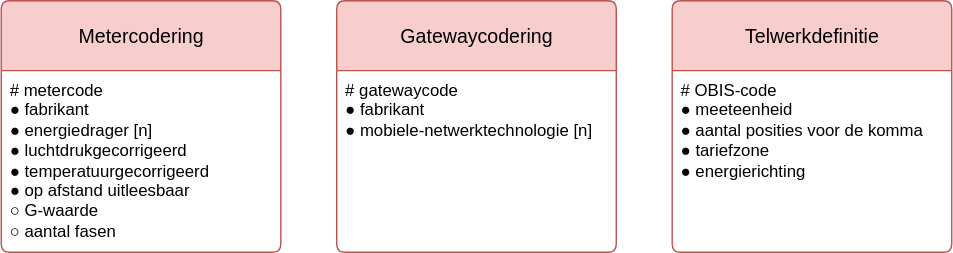
This is modellen/registers/meetcomponentstandaardenregister/1.0.0/model.drawio.svg from sefanja/nbnl-conceptuele-informatiemodellen, a draw.io export, as it was before one commit. Source tidied: cells renumbered, new cells last; positions are measured from the earlier drawing's top-left corner, leaving out a move shared by most shapes.
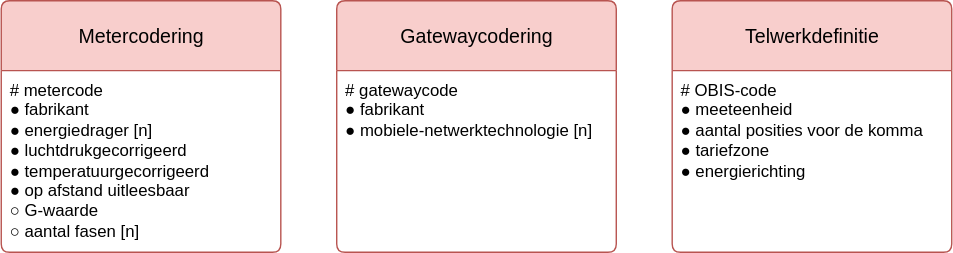
The same file after the commit.

What changed in the source:
```diff
@@ -5,7 +5,7 @@
     <mxCell id="2" value="&lt;div&gt;Metercodering&lt;/div&gt;" style="swimlane;horizontal=1;startSize=50;rounded=1;fontSize=14;fontStyle=0;strokeWidth=1;shadow=0;dashed=0;align=center;fillColor=#f8cecc;strokeColor=#b85450;arcSize=4;whiteSpace=wrap;html=1;" parent="1" vertex="1">
       <mxGeometry width="200" height="180" as="geometry" />
     </mxCell>
-    <mxCell id="3" value="# metercode&lt;div&gt;&lt;div&gt;&lt;span style=&quot;background-color: transparent; color: light-dark(rgb(0, 0, 0), rgb(255, 255, 255));&quot;&gt;● fabrikant&lt;/span&gt;&lt;/div&gt;&lt;div&gt;● energiedrager [n]&lt;/div&gt;&lt;div&gt;&lt;span style=&quot;background-color: transparent; color: light-dark(rgb(0, 0, 0), rgb(255, 255, 255));&quot;&gt;● luchtdrukgecorrigeerd&lt;/span&gt;&lt;/div&gt;&lt;div&gt;&lt;div&gt;● temperatuurgecorrigeerd&lt;/div&gt;&lt;/div&gt;&lt;div&gt;● op afstand uitleesbaar&lt;/div&gt;&lt;/div&gt;&lt;div&gt;&lt;span style=&quot;background-color: transparent; color: light-dark(rgb(0, 0, 0), rgb(255, 255, 255));&quot;&gt;○&amp;nbsp;&lt;/span&gt;G-waarde&lt;/div&gt;&lt;div&gt;&lt;span style=&quot;background-color: transparent; color: light-dark(rgb(0, 0, 0), rgb(255, 255, 255));&quot;&gt;○&amp;nbsp;&lt;/span&gt;aantal fasen&lt;/div&gt;" style="align=left;strokeColor=none;fillColor=none;spacingLeft=4;fontSize=12;verticalAlign=top;fontStyle=0;html=1;" parent="2" vertex="1">
+    <mxCell id="3" value="# metercode&lt;div&gt;&lt;div&gt;&lt;span style=&quot;background-color: transparent; color: light-dark(rgb(0, 0, 0), rgb(255, 255, 255));&quot;&gt;● fabrikant&lt;/span&gt;&lt;/div&gt;&lt;div&gt;● energiedrager [n]&lt;/div&gt;&lt;div&gt;&lt;span style=&quot;background-color: transparent; color: light-dark(rgb(0, 0, 0), rgb(255, 255, 255));&quot;&gt;● luchtdrukgecorrigeerd&lt;/span&gt;&lt;/div&gt;&lt;div&gt;&lt;div&gt;● temperatuurgecorrigeerd&lt;/div&gt;&lt;/div&gt;&lt;div&gt;● op afstand uitleesbaar&lt;/div&gt;&lt;/div&gt;&lt;div&gt;&lt;span style=&quot;background-color: transparent; color: light-dark(rgb(0, 0, 0), rgb(255, 255, 255));&quot;&gt;○&amp;nbsp;&lt;/span&gt;G-waarde&lt;/div&gt;&lt;div&gt;&lt;span style=&quot;background-color: transparent; color: light-dark(rgb(0, 0, 0), rgb(255, 255, 255));&quot;&gt;○&amp;nbsp;&lt;/span&gt;aantal fasen [n]&lt;/div&gt;" style="align=left;strokeColor=none;fillColor=none;spacingLeft=4;fontSize=12;verticalAlign=top;fontStyle=0;html=1;" parent="2" vertex="1">
       <mxGeometry y="50" width="200" height="130" as="geometry" />
     </mxCell>
     <mxCell id="4" value="&lt;div&gt;Gatewaycodering&lt;/div&gt;" style="swimlane;horizontal=1;startSize=50;rounded=1;fontSize=14;fontStyle=0;strokeWidth=1;shadow=0;dashed=0;align=center;fillColor=#f8cecc;strokeColor=#b85450;arcSize=4;whiteSpace=wrap;html=1;" parent="1" vertex="1">
```
